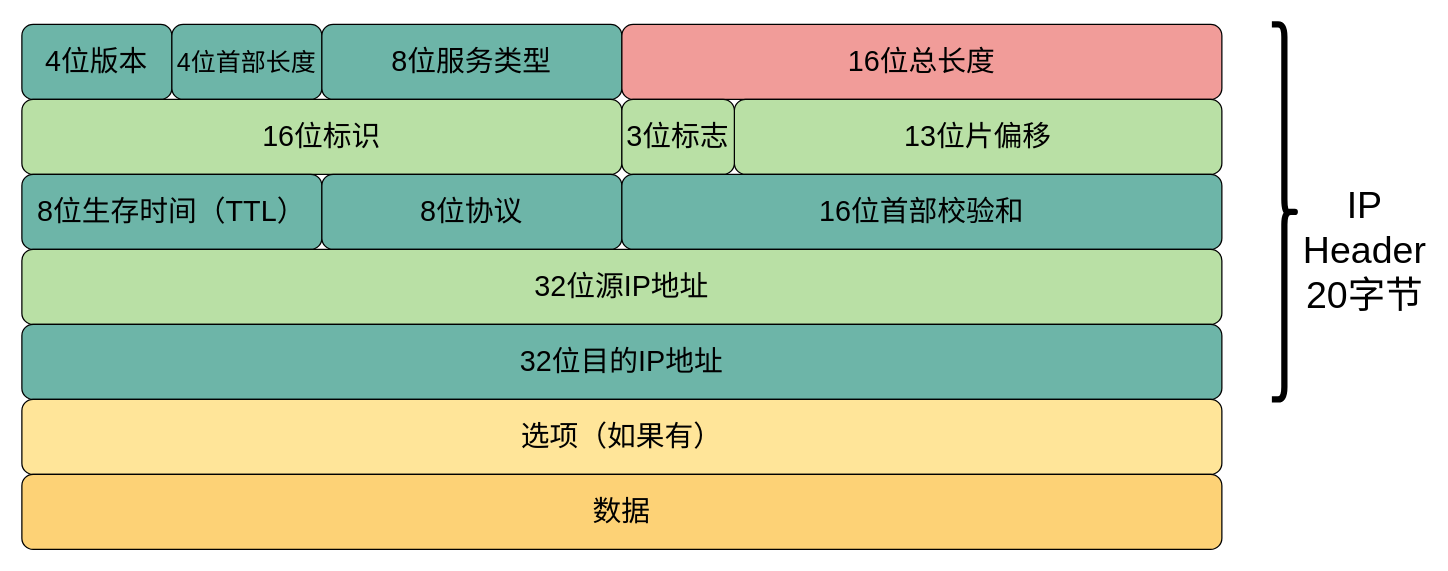
xiaobaiTech/image keeps this draw.io diagram as network/ip报头.drawio. Above is the earlier version. Source tidied: cells renumbered, new cells numbered last; positions are measured from the earlier drawing's top-left corner, leaving out a move shared by most shapes. Both pictures are drawn from the tidied source at 125%, with x=0, y=0 at pixel (21, 24).
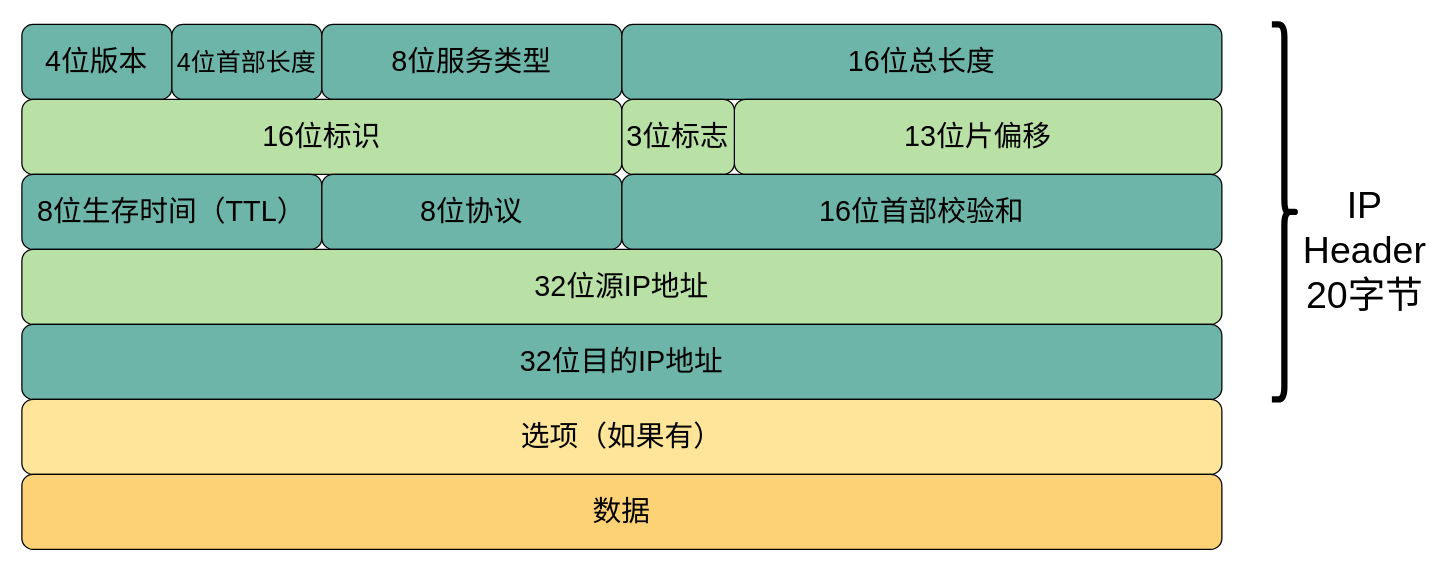
After the change.

Diff of the diagram source:
```diff
@@
 <mxGraphModel>
   <root>
     <mxCell id="0" />
     <mxCell id="1" parent="0" />
     <mxCell id="2" value="&lt;font style=&quot;font-size: 23px;&quot;&gt;4位版本&lt;/font&gt;" style="rounded=1;whiteSpace=wrap;html=1;fontSize=23;fillColor=#6DB5A8;" parent="1" vertex="1">
       <mxGeometry width="120" height="60" as="geometry" />
     </mxCell>
     <mxCell id="3" value="&lt;font style=&quot;font-size: 20px&quot;&gt;4位首部长度&lt;/font&gt;" style="rounded=1;whiteSpace=wrap;html=1;fontSize=23;fillColor=#6DB5A8;" parent="1" vertex="1">
       <mxGeometry x="120" width="120" height="60" as="geometry" />
     </mxCell>
     <mxCell id="4" value="&lt;font style=&quot;font-size: 23px;&quot;&gt;8位服务类型&lt;/font&gt;" style="rounded=1;whiteSpace=wrap;html=1;fontSize=23;fillColor=#6DB5A8;" parent="1" vertex="1">
       <mxGeometry x="240" width="240" height="60" as="geometry" />
     </mxCell>
-    <mxCell id="5" value="&lt;font style=&quot;font-size: 23px;&quot;&gt;16位总长度&lt;/font&gt;" style="rounded=1;whiteSpace=wrap;html=1;fillColor=#F19C99;fontSize=23;" parent="1" vertex="1">
+    <mxCell id="5" value="&lt;font style=&quot;font-size: 23px;&quot;&gt;16位总长度&lt;/font&gt;" style="rounded=1;whiteSpace=wrap;html=1;fontSize=23;fillColor=#6DB5A8;" parent="1" vertex="1">
       <mxGeometry x="480" width="480" height="60" as="geometry" />
     </mxCell>
     <mxCell id="6" value="&lt;font style=&quot;font-size: 23px;&quot;&gt;16位标识&lt;/font&gt;" style="rounded=1;whiteSpace=wrap;html=1;fontSize=23;fillColor=#B9E0A5;" parent="1" vertex="1">
       <mxGeometry y="60" width="480" height="60" as="geometry" />
     </mxCell>
     <mxCell id="7" value="&lt;font style=&quot;font-size: 23px;&quot;&gt;13位片偏移&lt;/font&gt;" style="rounded=1;whiteSpace=wrap;html=1;fontSize=23;fillColor=#B9E0A5;" parent="1" vertex="1">
       <mxGeometry x="570" y="60" width="390" height="60" as="geometry" />
     </mxCell>
     <mxCell id="8" value="&lt;font style=&quot;font-size: 23px;&quot;&gt;3位标志&lt;/font&gt;" style="rounded=1;whiteSpace=wrap;html=1;fontSize=23;fillColor=#B9E0A5;" parent="1" vertex="1">
       <mxGeometry x="480" y="60" width="90" height="60" as="geometry" />
     </mxCell>
     <mxCell id="9" value="&lt;font style=&quot;font-size: 23px;&quot;&gt;8位生存时间（TTL）&lt;/font&gt;" style="rounded=1;whiteSpace=wrap;html=1;fontSize=23;fillColor=#6DB5A8;" parent="1" vertex="1">
       <mxGeometry y="120" width="240" height="60" as="geometry" />
     </mxCell>
     <mxCell id="10" value="&lt;font style=&quot;font-size: 23px;&quot;&gt;8位协议&lt;/font&gt;" style="rounded=1;whiteSpace=wrap;html=1;fontSize=23;fillColor=#6DB5A8;" parent="1" vertex="1">
       <mxGeometry x="240" y="120" width="240" height="60" as="geometry" />
     </mxCell>
     <mxCell id="11" value="&lt;font style=&quot;font-size: 23px;&quot;&gt;16位首部校验和&lt;/font&gt;" style="rounded=1;whiteSpace=wrap;html=1;fontSize=23;fillColor=#6DB5A8;" parent="1" vertex="1">
       <mxGeometry x="480" y="120" width="480" height="60" as="geometry" />
     </mxCell>
     <mxCell id="12" value="&lt;font style=&quot;font-size: 23px;&quot;&gt;32位源IP地址&lt;/font&gt;" style="rounded=1;whiteSpace=wrap;html=1;fontSize=23;fillColor=#B9E0A5;" parent="1" vertex="1">
       <mxGeometry y="180" width="960" height="60" as="geometry" />
     </mxCell>
     <mxCell id="13" value="&lt;font style=&quot;font-size: 23px;&quot;&gt;32位目的IP地址&lt;/font&gt;" style="rounded=1;whiteSpace=wrap;html=1;fontSize=23;fillColor=#6DB5A8;" parent="1" vertex="1">
       <mxGeometry y="240" width="960" height="60" as="geometry" />
     </mxCell>
     <mxCell id="14" value="&lt;font style=&quot;font-size: 23px;&quot;&gt;选项（如果有）&lt;/font&gt;" style="rounded=1;whiteSpace=wrap;html=1;fontSize=23;fillColor=#FFE599;" parent="1" vertex="1">
       <mxGeometry y="300" width="960" height="60" as="geometry" />
     </mxCell>
     <mxCell id="15" value="&lt;font style=&quot;font-size: 23px;&quot;&gt;数据&lt;/font&gt;" style="rounded=1;whiteSpace=wrap;html=1;fontSize=23;fillColor=#FDD276;" parent="1" vertex="1">
       <mxGeometry y="360" width="960" height="60" as="geometry" />
     </mxCell>
     <mxCell id="16" style="shape=curlyBracket;whiteSpace=wrap;html=1;rounded=1;strokeColor=#000000;fillColor=#FDD276;gradientColor=none;fontSize=23;direction=west;strokeWidth=5;" parent="1" vertex="1">
       <mxGeometry x="1000" width="20" height="300" as="geometry" />
     </mxCell>
     <mxCell id="17" value="&lt;font style=&quot;font-size: 30px&quot;&gt;IP&lt;br&gt;Header&lt;br&gt;20字节&lt;br&gt;&lt;/font&gt;" style="text;html=1;strokeColor=none;fillColor=none;align=center;verticalAlign=middle;whiteSpace=wrap;rounded=0;fontSize=23;" parent="1" vertex="1">
       <mxGeometry x="1029" y="170" width="91" height="20" as="geometry" />
     </mxCell>
   </root>
 </mxGraphModel>
```
